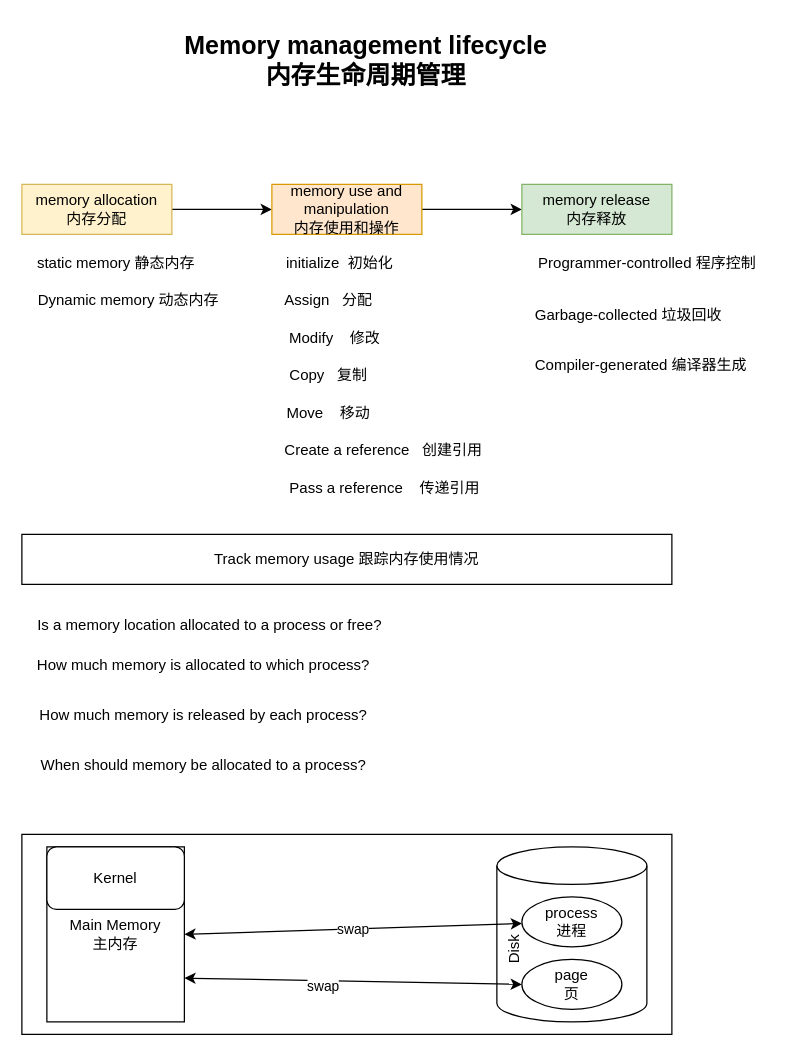
Above: rust/mm.drawio in sivanbil/architecthure-diagram (draw.io), before the change. Source tidied: cells renumbered, new cells numbered last; positions are measured from the earlier drawing's top-left corner, leaving out a move shared by most shapes. Both pictures are drawn from the tidied source at 125%, with x=0, y=0 at pixel (21, 21).
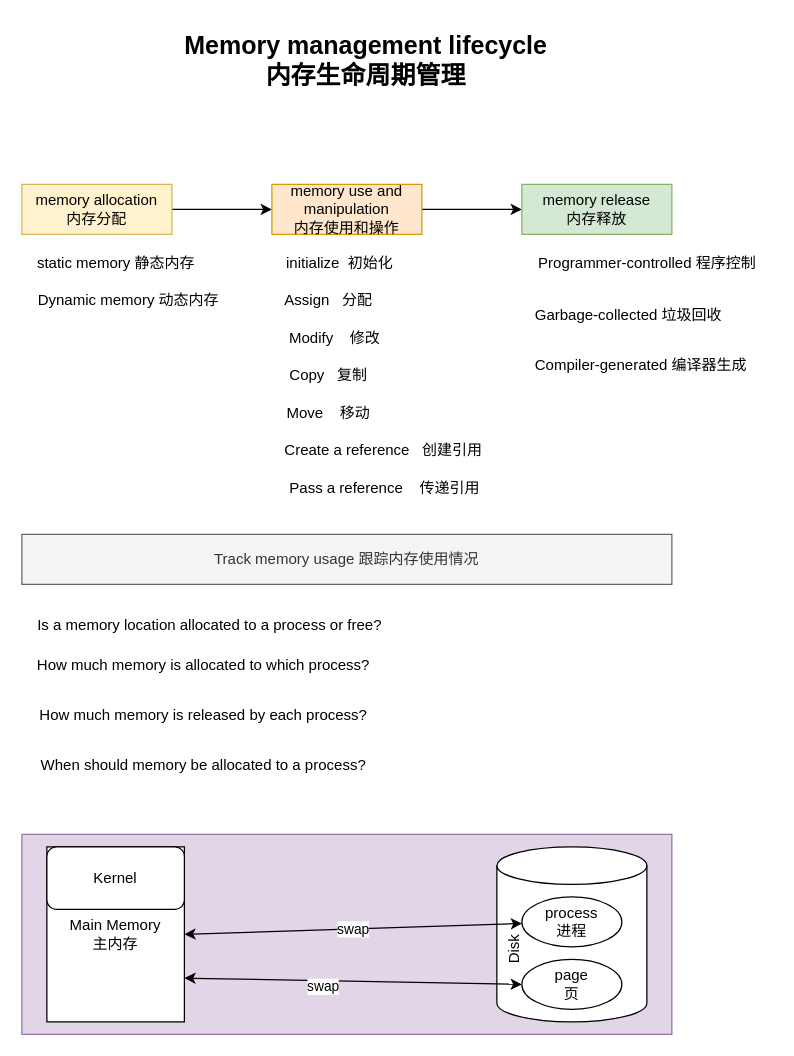
The same diagram, later.

The edit, as a diff of the source:
```diff
@@
-    <mxCell id="7" value="Track memory usage 跟踪内存使用情况" style="rounded=0;whiteSpace=wrap;html=1;" parent="1" vertex="1">
+    <mxCell id="7" value="Track memory usage 跟踪内存使用情况" style="rounded=0;whiteSpace=wrap;html=1;fillColor=#f5f5f5;fontColor=#333333;strokeColor=#666666;" parent="1" vertex="1">
       <mxGeometry y="410" width="520" height="40" as="geometry" />
     </mxCell>
@@
-    <mxCell id="20" style="rounded=0;whiteSpace=wrap;html=1;" parent="1" vertex="1">
+    <mxCell id="20" style="rounded=0;whiteSpace=wrap;html=1;fillColor=#e1d5e7;strokeColor=#9673a6;" parent="1" vertex="1">
       <mxGeometry y="650" width="520" height="160" as="geometry" />
     </mxCell>
```
